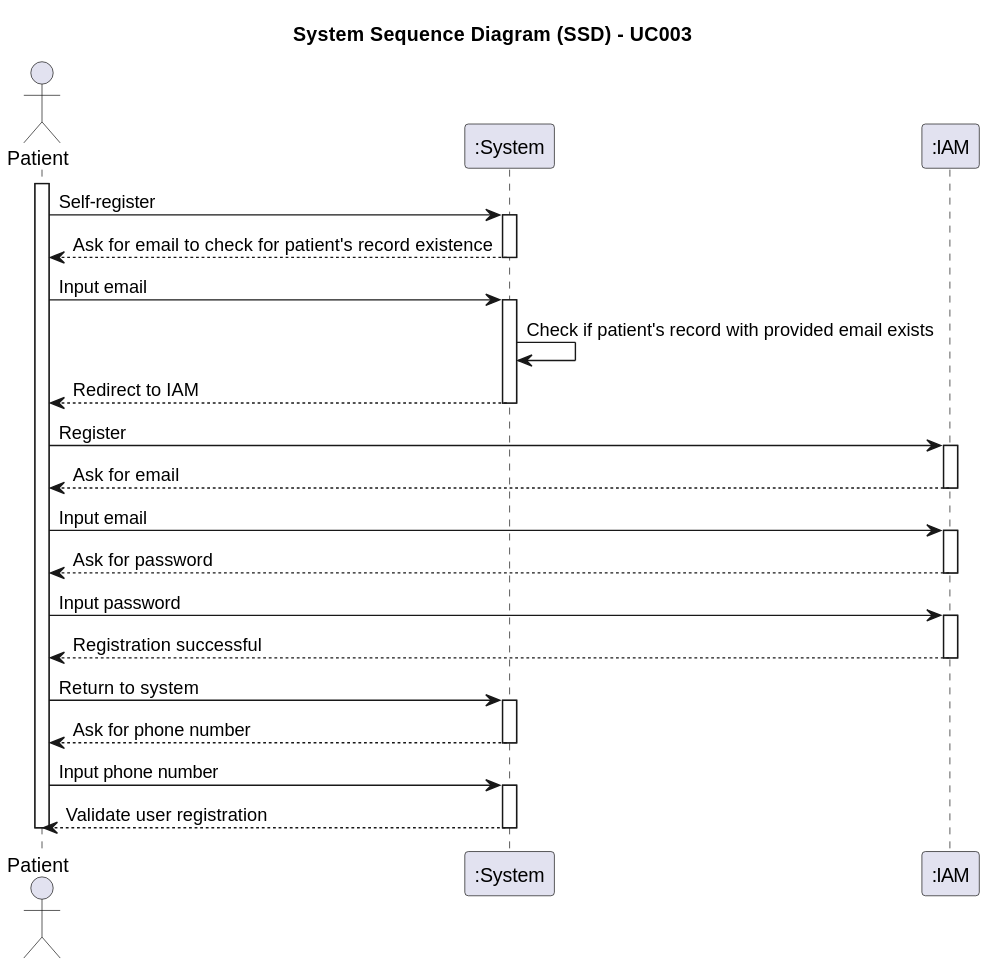
This is docs/SprintA/UseCases/UC003/01.requirements-engineering/svg/uc003-system-sequence-diagram.svg from 1221124/sem5pi-24-25-g031, a PlantUML export, as it was before one commit.
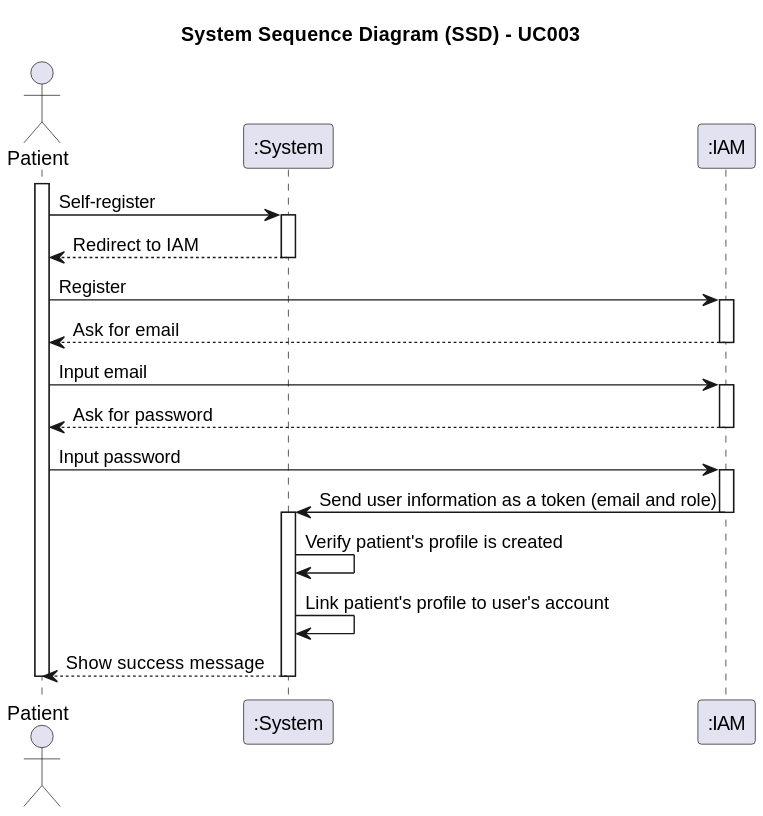
After the change.

Commit message:
#5 UC003: Requirements Engineering - Update SSD

What changed in the source:
```diff
@@ -9,16 +9,6 @@
     Patient -> System: Self-register
 
     activate System
-
-        System --> Patient: Ask for email to check for patient's record existence
-
-    deactivate System
-
-    Patient -> System: Input email
-
-    activate System
-
-        System -> System: Check if patient's record with provided email exists
 
         System --> Patient: Redirect to IAM
 
@@ -44,23 +34,17 @@
 
     activate IAM
 
-        IAM --> Patient: Registration successful
+        IAM -> System: Send user information as a token (email and role)
 
     deactivate IAM
 
-    Patient -> System: Return to system
-
     activate System
 
-        System --> Patient: Ask for phone number
+        System -> System: Verify patient's profile is created
 
-    deactivate System
+        System -> System: Link patient's profile to user's account
 
-    Patient -> System: Input phone number
-
-    activate System
-
-        System --> Patient: Validate user registration
+        System --> Patient: Show success message
 
     deactivate System
 
```
